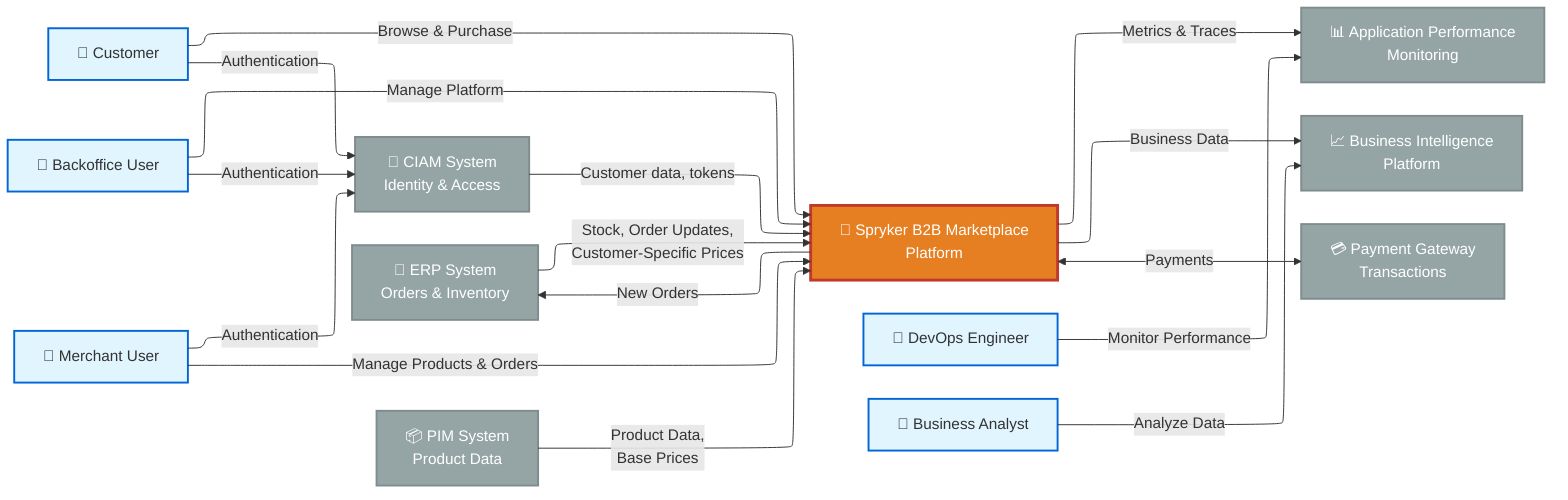
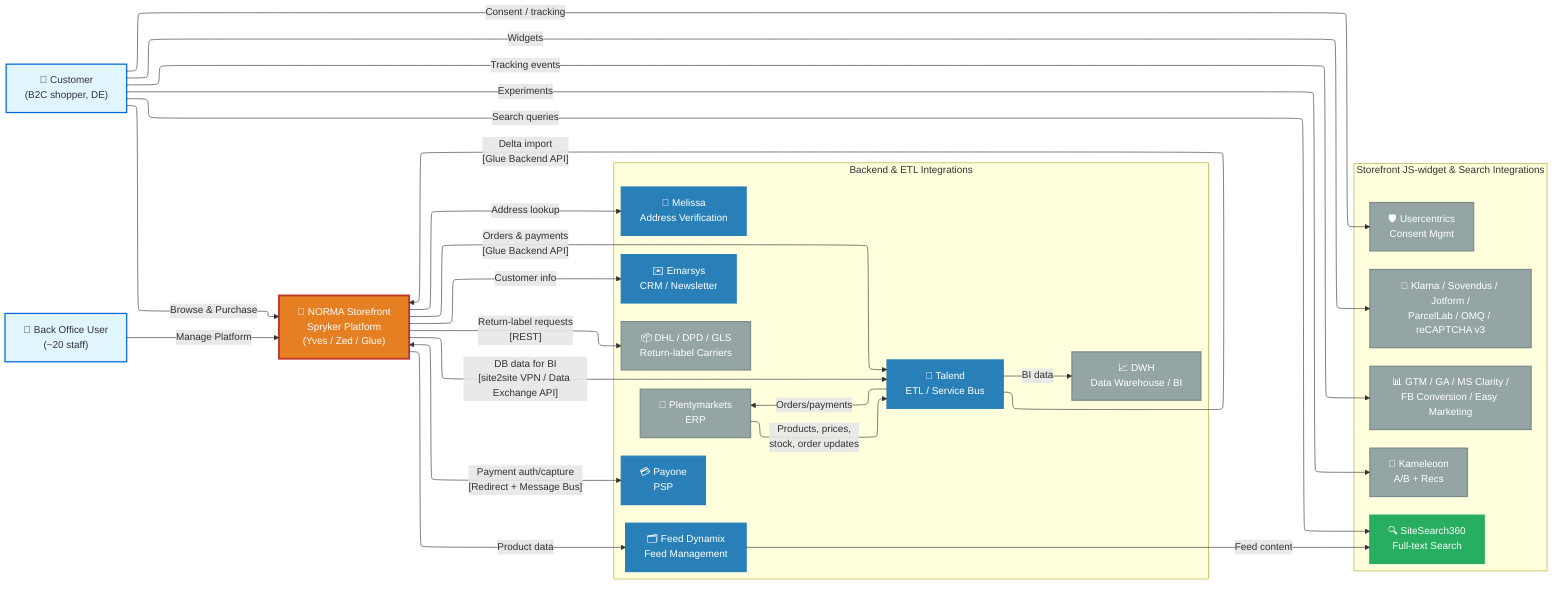
---
config:
  layout: elk
---
+ %% C1 System Context — NORMA B2C food discounter (Spryker)
+ %% AUTHORED from the NORMA TAD Components + Connectors tables (source diagram was drawio, not mermaid).
+ %% Storefront JS-widget integrations are grouped separately from backend/ETL integrations to keep the
+ %% many external systems readable.
flowchart LR
-     Customer["👤 Customer"] -- Browse & Purchase --> Spryker["🛒 Spryker B2B Marketplace<br>Platform"]
-     BackofficeUser["👤 Backoffice User"] -- Manage Platform --> Spryker
-     MerchantUser["👤 Merchant User"] -- Manage Products & Orders --> Spryker
-     DevOpsEngineer["👤 DevOps Engineer"] -- Monitor Performance --> APM["📊 Application Performance<br>Monitoring"]
-     BusinessAnalyst["👤 Business Analyst"] -- Analyze Data --> BI["📈 Business Intelligence<br>Platform"]
-     Customer -- Authentication --> CIAM["🔐 CIAM System<br>Identity &amp; Access"]
-     BackofficeUser -- Authentication --> CIAM
-     MerchantUser -- Authentication --> CIAM
-     Spryker -- New Orders --> ERP["💾 ERP System<br>Orders &amp; Inventory"]
-     PIM["📦 PIM System<br>Product Data"] -- Product Data,<br>Base Prices --> Spryker
-     Spryker <-- Payments --> Payment["💳 Payment Gateway<br>Transactions"]
-     CIAM -- Customer data, tokens --> Spryker
-     ERP -- Stock, Order Updates,<br>Customer-Specific Prices --> Spryker
-     Spryker -- Metrics & Traces --> APM
-     Spryker -- Business Data --> BI
+     Customer["👤 Customer<br>(B2C shopper, DE)"] -- Browse & Purchase --> Spryker["🛒 NORMA Storefront<br>Spryker Platform<br>(Yves / Zed / Glue)"]
+     BackofficeUser["👤 Back Office User<br>(~20 staff)"] -- Manage Platform --> Spryker
+ 
+     %% Backend / ETL integrations (server-to-server)
+     subgraph Backend["Backend & ETL Integrations"]
+         Talend["🔁 Talend<br>ETL / Service Bus"]
+         Plentymarkets["💾 Plentymarkets<br>ERP"]
+         DWH["📈 DWH<br>Data Warehouse / BI"]
+         Payone["💳 Payone<br>PSP"]
+         Feed["🗂️ Feed Dynamix<br>Feed Management"]
+         Emarsys["✉️ Emarsys<br>CRM / Newsletter"]
+         Melissa["📍 Melissa<br>Address Verification"]
+         Carriers["📦 DHL / DPD / GLS<br>Return-label Carriers"]
+     end
+ 
+     %% Storefront JS-widget / client-side integrations
+     subgraph Storefront["Storefront JS-widget & Search Integrations"]
+         SiteSearch["🔍 SiteSearch360<br>Full-text Search"]
+         Tracking["📊 GTM / GA / MS Clarity /<br>FB Conversion / Easy Marketing"]
+         Consent["🛡️ Usercentrics<br>Consent Mgmt"]
+         Experiments["🧪 Kameleoon<br>A/B + Recs"]
+         Widgets["🧩 Klarna / Sovendus / Jotform /<br>ParcelLab / OMQ / reCAPTCHA v3"]
+     end
+ 
+     %% Backend flows
+     Plentymarkets -- Products, prices,<br>stock, order updates --> Talend
+     Talend -- Delta import<br>[Glue Backend API] --> Spryker
+     Spryker -- Orders & payments<br>[Glue Backend API] --> Talend
+     Talend -- Orders/payments --> Plentymarkets
+     Spryker -- DB data for BI<br>[site2site VPN / Data Exchange API] --> Talend
+     Talend -- BI data --> DWH
+     Spryker <-- Payment auth/capture<br>[Redirect + Message Bus] --> Payone
+     Spryker -- Product data --> Feed
+     Feed -- Feed content --> SiteSearch
+     Spryker -- Customer info --> Emarsys
+     Spryker -- Address lookup --> Melissa
+     Spryker -- Return-label requests<br>[REST] --> Carriers
+ 
+     %% Storefront flows
+     Customer -- Search queries --> SiteSearch
+     Customer -- Consent / tracking --> Consent
+     Customer -- Tracking events --> Tracking
+     Customer -- Experiments --> Experiments
+     Customer -- Widgets --> Widgets

    Customer:::userStyle
+     BackofficeUser:::userStyle
    Spryker:::systemStyle
-     BackofficeUser:::userStyle
-     MerchantUser:::userStyle
-     DevOpsEngineer:::userStyle
-     APM:::externalStyle
-     BusinessAnalyst:::userStyle
-     BI:::externalStyle
-     CIAM:::externalStyle
-     ERP:::externalStyle
-     PIM:::externalStyle
-     Payment:::externalStyle
+     Talend:::backendStyle
+     Plentymarkets:::externalStyle
+     DWH:::externalStyle
+     Payone:::backendStyle
+     Feed:::backendStyle
+     Emarsys:::backendStyle
+     Melissa:::backendStyle
+     Carriers:::externalStyle
+     SiteSearch:::webStyle
+     Tracking:::externalStyle
+     Consent:::externalStyle
+     Experiments:::externalStyle
+     Widgets:::externalStyle
+ 
    classDef userStyle fill:#e1f5ff,stroke:#0366d6,stroke-width:2px
    classDef systemStyle fill:#E67E22,stroke:#c0392b,stroke-width:3px,color:#fff
-     classDef externalStyle fill:#95A5A6,stroke:#7f8c8d,stroke-width:2px,color:#fff+     classDef externalStyle fill:#95A5A6,stroke:#7f8c8d,stroke-width:2px,color:#fff
+     classDef backendStyle fill:#2980B9,stroke:#2980b9,stroke-width:2px,color:#fff
+     classDef webStyle fill:#27AE60,stroke:#27ae60,stroke-width:2px,color:#fff
